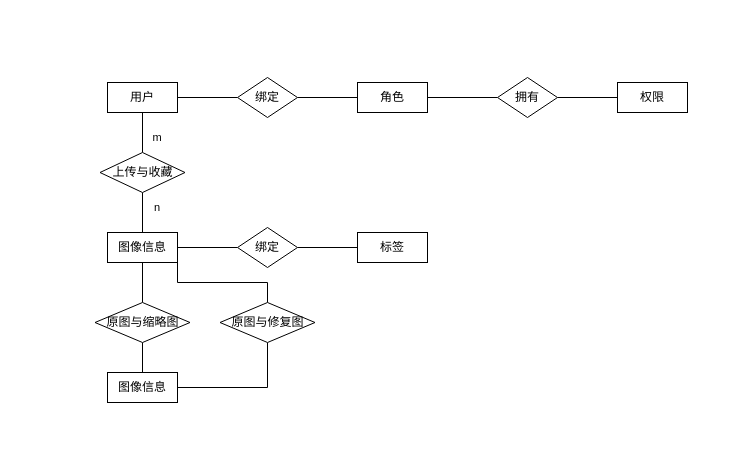
The draw.io diagram 数据表ER图.drawio in LiSoulSpace/GitBook, before the edit. Source tidied: cells renumbered, new cells numbered last; positions are measured from the earlier drawing's top-left corner, leaving out a move shared by most shapes. Both pictures are drawn from the tidied source at 100%, with x=0, y=0 at pixel (95, 77).
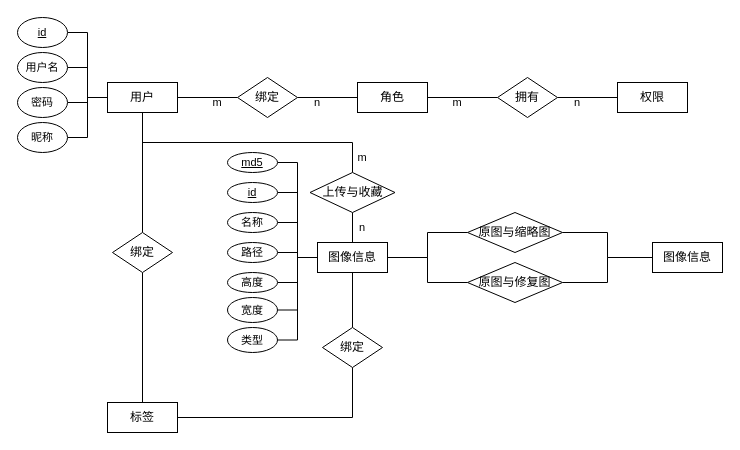
Above is the later version.

Commit message (it also covers changes not shown here):
更新数据表ER图.drawio

The change refers to these unchanged cells:
```xml
<mxCell id="5" value="用户" style="rounded=0;whiteSpace=wrap;html=1;" parent="1" vertex="1">
  <mxGeometry x="12" y="5" width="70" height="30" as="geometry" />
</mxCell>
```

The edit, as a diff of the source:
```diff
@@
-    <mxCell id="4" style="edgeStyle=orthogonalEdgeStyle;rounded=0;jettySize=auto;html=1;endArrow=none;endFill=0;" parent="1" edge="1" source="5" target="15">
+    <mxCell id="4" style="edgeStyle=orthogonalEdgeStyle;shape=connector;rounded=0;jettySize=auto;html=1;exitX=0.5;exitY=1;exitDx=0;exitDy=0;entryX=0.5;entryY=0;entryDx=0;entryDy=0;labelBackgroundColor=default;strokeColor=default;fontFamily=Helvetica;fontSize=11;fontColor=default;endArrow=none;endFill=0;" parent="1" edge="1" source="5" target="15">
       <mxGeometry relative="1" as="geometry" />
     </mxCell>
@@
+    <mxCell id="10" style="edgeStyle=orthogonalEdgeStyle;shape=connector;rounded=0;jettySize=auto;html=1;exitX=1;exitY=0.5;exitDx=0;exitDy=0;entryX=0;entryY=0.5;entryDx=0;entryDy=0;labelBackgroundColor=default;strokeColor=default;fontFamily=Helvetica;fontSize=11;fontColor=default;endArrow=none;endFill=0;" parent="1" edge="1" source="11" target="27">
+      <mxGeometry relative="1" as="geometry" />
+    </mxCell>
-    <mxCell id="8" style="edgeStyle=orthogonalEdgeStyle;shape=connector;rounded=0;jettySize=auto;html=1;entryX=0;entryY=0.5;entryDx=0;entryDy=0;labelBackgroundColor=default;strokeColor=default;fontFamily=Helvetica;fontSize=11;fontColor=default;endArrow=none;endFill=0;" parent="1" edge="1" source="11" target="22">
+    <mxCell id="8" style="edgeStyle=orthogonalEdgeStyle;shape=connector;rounded=0;jettySize=auto;html=1;exitX=0.5;exitY=1;exitDx=0;exitDy=0;entryX=0.5;entryY=0;entryDx=0;entryDy=0;labelBackgroundColor=default;strokeColor=default;fontFamily=Helvetica;fontSize=11;fontColor=default;endArrow=none;endFill=0;" parent="1" edge="1" source="11" target="22">
       <mxGeometry relative="1" as="geometry" />
     </mxCell>
-    <mxCell id="9" style="edgeStyle=orthogonalEdgeStyle;shape=connector;rounded=0;jettySize=auto;html=1;exitX=0.5;exitY=1;exitDx=0;exitDy=0;entryX=0.5;entryY=0;entryDx=0;entryDy=0;labelBackgroundColor=default;strokeColor=default;fontFamily=Helvetica;fontSize=11;fontColor=default;endArrow=none;endFill=0;" parent="1" edge="1" source="11" target="26">
-      <mxGeometry relative="1" as="geometry" />
-    </mxCell>
-    <mxCell id="10" style="edgeStyle=orthogonalEdgeStyle;shape=connector;rounded=0;jettySize=auto;html=1;exitX=1;exitY=1;exitDx=0;exitDy=0;entryX=0.5;entryY=0;entryDx=0;entryDy=0;labelBackgroundColor=default;strokeColor=default;fontFamily=Helvetica;fontSize=11;fontColor=default;endArrow=none;endFill=0;" parent="1" edge="1" source="11" target="27">
-      <mxGeometry relative="1" as="geometry" />
-    </mxCell>
     <mxCell id="11" value="图像信息" style="rounded=0;whiteSpace=wrap;html=1;" parent="1" vertex="1">
-      <mxGeometry x="12" y="155" width="70" height="30" as="geometry" />
+      <mxGeometry x="222" y="165" width="70" height="30" as="geometry" />
     </mxCell>
@@
     <mxCell id="15" value="上传与收藏" style="rhombus;whiteSpace=wrap;html=1;" parent="1" vertex="1">
-      <mxGeometry x="4.5" y="75" width="85" height="40" as="geometry" />
+      <mxGeometry x="214.5" y="95" width="85" height="40" as="geometry" />
     </mxCell>
@@
     <mxCell id="18" value="m" style="text;html=1;strokeColor=none;fillColor=none;align=center;verticalAlign=middle;whiteSpace=wrap;rounded=0;fontSize=11;fontFamily=Helvetica;fontColor=default;" parent="1" vertex="1">
-      <mxGeometry x="52" y="55" width="20" height="10" as="geometry" />
+      <mxGeometry x="257" y="75" width="20" height="10" as="geometry" />
     </mxCell>
     <mxCell id="19" value="n" style="text;html=1;strokeColor=none;fillColor=none;align=center;verticalAlign=middle;whiteSpace=wrap;rounded=0;fontSize=11;fontFamily=Helvetica;fontColor=default;" parent="1" vertex="1">
-      <mxGeometry x="52" y="125" width="20" height="10" as="geometry" />
+      <mxGeometry x="257" y="145" width="20" height="10" as="geometry" />
     </mxCell>
-    <mxCell id="20" style="edgeStyle=orthogonalEdgeStyle;shape=connector;rounded=0;jettySize=auto;html=1;exitX=0;exitY=0.5;exitDx=0;exitDy=0;entryX=1;entryY=0.5;entryDx=0;entryDy=0;labelBackgroundColor=default;strokeColor=default;fontFamily=Helvetica;fontSize=11;fontColor=default;endArrow=none;endFill=0;" parent="1" edge="1" source="21" target="22">
-      <mxGeometry relative="1" as="geometry" />
-    </mxCell>
+    <mxCell id="28" style="edgeStyle=orthogonalEdgeStyle;shape=connector;rounded=0;jettySize=auto;html=1;exitX=0.5;exitY=0;exitDx=0;exitDy=0;entryX=0.5;entryY=1;entryDx=0;entryDy=0;labelBackgroundColor=default;strokeColor=default;fontFamily=Helvetica;fontSize=11;fontColor=default;endArrow=none;endFill=0;" parent="1" edge="1" source="21" target="59">
+      <mxGeometry relative="1" as="geometry" />
+    </mxCell>
     <mxCell id="21" value="标签" style="rounded=0;whiteSpace=wrap;html=1;" parent="1" vertex="1">
-      <mxGeometry x="262" y="155" width="70" height="30" as="geometry" />
+      <mxGeometry x="12" y="325" width="70" height="30" as="geometry" />
     </mxCell>
+    <mxCell id="29" style="edgeStyle=orthogonalEdgeStyle;shape=connector;rounded=0;jettySize=auto;html=1;exitX=0.5;exitY=1;exitDx=0;exitDy=0;entryX=1;entryY=0.5;entryDx=0;entryDy=0;labelBackgroundColor=default;strokeColor=default;fontFamily=Helvetica;fontSize=11;fontColor=default;endArrow=none;endFill=0;" parent="1" edge="1" source="22" target="21">
+      <mxGeometry relative="1" as="geometry" />
+    </mxCell>
     <mxCell id="22" value="绑定" style="rhombus;whiteSpace=wrap;html=1;" parent="1" vertex="1">
-      <mxGeometry x="142" y="150" width="60" height="40" as="geometry" />
+      <mxGeometry x="227" y="250" width="60" height="40" as="geometry" />
     </mxCell>
-    <mxCell id="23" style="edgeStyle=orthogonalEdgeStyle;shape=connector;rounded=0;jettySize=auto;html=1;exitX=1;exitY=0.5;exitDx=0;exitDy=0;entryX=0.5;entryY=1;entryDx=0;entryDy=0;labelBackgroundColor=default;strokeColor=default;fontFamily=Helvetica;fontSize=11;fontColor=default;endArrow=none;endFill=0;" parent="1" edge="1" source="24" target="27">
-      <mxGeometry relative="1" as="geometry" />
-    </mxCell>
     <mxCell id="24" value="图像信息" style="rounded=0;whiteSpace=wrap;html=1;" parent="1" vertex="1">
-      <mxGeometry x="12" y="295" width="70" height="30" as="geometry" />
+      <mxGeometry x="557" y="165" width="70" height="30" as="geometry" />
     </mxCell>
+    <mxCell id="30" style="edgeStyle=orthogonalEdgeStyle;shape=connector;rounded=0;jettySize=auto;html=1;exitX=0;exitY=0.5;exitDx=0;exitDy=0;entryX=1;entryY=0.5;entryDx=0;entryDy=0;labelBackgroundColor=default;strokeColor=default;fontFamily=Helvetica;fontSize=11;fontColor=default;endArrow=none;endFill=0;" parent="1" edge="1" source="26" target="11">
+      <mxGeometry relative="1" as="geometry" />
+    </mxCell>
-    <mxCell id="25" style="edgeStyle=orthogonalEdgeStyle;shape=connector;rounded=0;jettySize=auto;html=1;exitX=0.5;exitY=1;exitDx=0;exitDy=0;entryX=0.5;entryY=0;entryDx=0;entryDy=0;labelBackgroundColor=default;strokeColor=default;fontFamily=Helvetica;fontSize=11;fontColor=default;endArrow=none;endFill=0;" parent="1" edge="1" source="26" target="24">
+    <mxCell id="25" style="edgeStyle=orthogonalEdgeStyle;shape=connector;rounded=0;jettySize=auto;html=1;exitX=1;exitY=0.5;exitDx=0;exitDy=0;entryX=0;entryY=0.5;entryDx=0;entryDy=0;labelBackgroundColor=default;strokeColor=default;fontFamily=Helvetica;fontSize=11;fontColor=default;endArrow=none;endFill=0;" parent="1" edge="1" source="26" target="24">
       <mxGeometry relative="1" as="geometry" />
     </mxCell>
     <mxCell id="26" value="原图与缩略图" style="rhombus;whiteSpace=wrap;html=1;" parent="1" vertex="1">
-      <mxGeometry x="-0.5" y="225" width="95" height="40" as="geometry" />
+      <mxGeometry x="372" y="135" width="95" height="40" as="geometry" />
     </mxCell>
+    <mxCell id="31" style="edgeStyle=orthogonalEdgeStyle;shape=connector;rounded=0;jettySize=auto;html=1;exitX=1;exitY=0.5;exitDx=0;exitDy=0;entryX=0;entryY=0.5;entryDx=0;entryDy=0;labelBackgroundColor=default;strokeColor=default;fontFamily=Helvetica;fontSize=11;fontColor=default;endArrow=none;endFill=0;" parent="1" edge="1" source="27" target="24">
+      <mxGeometry relative="1" as="geometry" />
+    </mxCell>
     <mxCell id="27" value="原图与修复图" style="rhombus;whiteSpace=wrap;html=1;" parent="1" vertex="1">
-      <mxGeometry x="124.5" y="225" width="95" height="40" as="geometry" />
+      <mxGeometry x="372" y="185" width="95" height="40" as="geometry" />
     </mxCell>
+    <mxCell id="32" style="edgeStyle=orthogonalEdgeStyle;shape=connector;rounded=0;jettySize=auto;html=1;exitX=1;exitY=0.5;exitDx=0;exitDy=0;entryX=0;entryY=0.5;entryDx=0;entryDy=0;labelBackgroundColor=default;strokeColor=default;fontFamily=Helvetica;fontSize=11;fontColor=default;endArrow=none;endFill=0;" parent="1" edge="1" source="33" target="5">
+      <mxGeometry relative="1" as="geometry" />
+    </mxCell>
+    <mxCell id="33" value="&lt;u&gt;id&lt;/u&gt;" style="ellipse;whiteSpace=wrap;html=1;fontFamily=Helvetica;fontSize=11;fontColor=default;" parent="1" vertex="1">
+      <mxGeometry x="-78" y="-60" width="50" height="30" as="geometry" />
+    </mxCell>
+    <mxCell id="34" style="edgeStyle=orthogonalEdgeStyle;shape=connector;rounded=0;jettySize=auto;html=1;exitX=1;exitY=0.5;exitDx=0;exitDy=0;entryX=0;entryY=0.5;entryDx=0;entryDy=0;labelBackgroundColor=default;strokeColor=default;fontFamily=Helvetica;fontSize=11;fontColor=default;endArrow=none;endFill=0;" parent="1" edge="1" source="35" target="5">
+      <mxGeometry relative="1" as="geometry" />
+    </mxCell>
+    <mxCell id="35" value="用户名" style="ellipse;whiteSpace=wrap;html=1;fontFamily=Helvetica;fontSize=11;fontColor=default;" parent="1" vertex="1">
+      <mxGeometry x="-78" y="-25" width="50" height="30" as="geometry" />
+    </mxCell>
+    <mxCell id="36" style="edgeStyle=orthogonalEdgeStyle;shape=connector;rounded=0;jettySize=auto;html=1;exitX=1;exitY=0.5;exitDx=0;exitDy=0;entryX=0;entryY=0.5;entryDx=0;entryDy=0;labelBackgroundColor=default;strokeColor=default;fontFamily=Helvetica;fontSize=11;fontColor=default;endArrow=none;endFill=0;" parent="1" edge="1" source="37" target="5">
+      <mxGeometry relative="1" as="geometry" />
+    </mxCell>
+    <mxCell id="37" value="密码" style="ellipse;whiteSpace=wrap;html=1;fontFamily=Helvetica;fontSize=11;fontColor=default;" parent="1" vertex="1">
+      <mxGeometry x="-78" y="10" width="50" height="30" as="geometry" />
+    </mxCell>
+    <mxCell id="38" style="edgeStyle=orthogonalEdgeStyle;shape=connector;rounded=0;jettySize=auto;html=1;exitX=1;exitY=0.5;exitDx=0;exitDy=0;entryX=0;entryY=0.5;entryDx=0;entryDy=0;labelBackgroundColor=default;strokeColor=default;fontFamily=Helvetica;fontSize=11;fontColor=default;endArrow=none;endFill=0;" parent="1" edge="1" source="39" target="5">
+      <mxGeometry relative="1" as="geometry" />
+    </mxCell>
+    <mxCell id="39" value="昵称" style="ellipse;whiteSpace=wrap;html=1;fontFamily=Helvetica;fontSize=11;fontColor=default;" parent="1" vertex="1">
+      <mxGeometry x="-78" y="45" width="50" height="30" as="geometry" />
+    </mxCell>
+    <mxCell id="40" value="m" style="text;html=1;strokeColor=none;fillColor=none;align=center;verticalAlign=middle;whiteSpace=wrap;rounded=0;fontSize=11;fontFamily=Helvetica;fontColor=default;" parent="1" vertex="1">
+      <mxGeometry x="112" y="20" width="20" height="10" as="geometry" />
+    </mxCell>
+    <mxCell id="41" value="n" style="text;html=1;strokeColor=none;fillColor=none;align=center;verticalAlign=middle;whiteSpace=wrap;rounded=0;fontSize=11;fontFamily=Helvetica;fontColor=default;" parent="1" vertex="1">
+      <mxGeometry x="212" y="20" width="20" height="10" as="geometry" />
+    </mxCell>
+    <mxCell id="42" value="m" style="text;html=1;strokeColor=none;fillColor=none;align=center;verticalAlign=middle;whiteSpace=wrap;rounded=0;fontSize=11;fontFamily=Helvetica;fontColor=default;" parent="1" vertex="1">
+      <mxGeometry x="352" y="20" width="20" height="10" as="geometry" />
+    </mxCell>
+    <mxCell id="43" value="n" style="text;html=1;strokeColor=none;fillColor=none;align=center;verticalAlign=middle;whiteSpace=wrap;rounded=0;fontSize=11;fontFamily=Helvetica;fontColor=default;" parent="1" vertex="1">
+      <mxGeometry x="472" y="20" width="20" height="10" as="geometry" />
+    </mxCell>
+    <mxCell id="44" style="edgeStyle=orthogonalEdgeStyle;shape=connector;rounded=0;jettySize=auto;html=1;exitX=1;exitY=0.5;exitDx=0;exitDy=0;entryX=0;entryY=0.5;entryDx=0;entryDy=0;labelBackgroundColor=default;strokeColor=default;fontFamily=Helvetica;fontSize=11;fontColor=default;endArrow=none;endFill=0;" parent="1" edge="1" source="45" target="11">
+      <mxGeometry relative="1" as="geometry" />
+    </mxCell>
+    <mxCell id="45" value="&lt;u&gt;id&lt;/u&gt;" style="ellipse;whiteSpace=wrap;html=1;fontFamily=Helvetica;fontSize=11;fontColor=default;" parent="1" vertex="1">
+      <mxGeometry x="132" y="105" width="50" height="20" as="geometry" />
+    </mxCell>
+    <mxCell id="46" style="edgeStyle=orthogonalEdgeStyle;shape=connector;rounded=0;jettySize=auto;html=1;exitX=1;exitY=0.5;exitDx=0;exitDy=0;entryX=0;entryY=0.5;entryDx=0;entryDy=0;labelBackgroundColor=default;strokeColor=default;fontFamily=Helvetica;fontSize=11;fontColor=default;endArrow=none;endFill=0;" parent="1" edge="1" source="47" target="11">
+      <mxGeometry relative="1" as="geometry" />
+    </mxCell>
+    <mxCell id="47" value="名称" style="ellipse;whiteSpace=wrap;html=1;fontFamily=Helvetica;fontSize=11;fontColor=default;" parent="1" vertex="1">
+      <mxGeometry x="132" y="135" width="50" height="20" as="geometry" />
+    </mxCell>
+    <mxCell id="48" style="edgeStyle=orthogonalEdgeStyle;shape=connector;rounded=0;jettySize=auto;html=1;exitX=1;exitY=0.5;exitDx=0;exitDy=0;entryX=0;entryY=0.5;entryDx=0;entryDy=0;labelBackgroundColor=default;strokeColor=default;fontFamily=Helvetica;fontSize=11;fontColor=default;endArrow=none;endFill=0;" parent="1" edge="1" source="49" target="11">
+      <mxGeometry relative="1" as="geometry" />
+    </mxCell>
+    <mxCell id="49" value="路径" style="ellipse;whiteSpace=wrap;html=1;fontFamily=Helvetica;fontSize=11;fontColor=default;" parent="1" vertex="1">
+      <mxGeometry x="132" y="165" width="50" height="20" as="geometry" />
+    </mxCell>
+    <mxCell id="50" style="edgeStyle=orthogonalEdgeStyle;shape=connector;rounded=0;jettySize=auto;html=1;exitX=1;exitY=0.5;exitDx=0;exitDy=0;entryX=0;entryY=0.5;entryDx=0;entryDy=0;labelBackgroundColor=default;strokeColor=default;fontFamily=Helvetica;fontSize=11;fontColor=default;endArrow=none;endFill=0;" parent="1" edge="1" source="51" target="11">
+      <mxGeometry relative="1" as="geometry" />
+    </mxCell>
+    <mxCell id="51" value="高度" style="ellipse;whiteSpace=wrap;html=1;fontFamily=Helvetica;fontSize=11;fontColor=default;" parent="1" vertex="1">
+      <mxGeometry x="132" y="195" width="50" height="20" as="geometry" />
+    </mxCell>
+    <mxCell id="52" style="edgeStyle=orthogonalEdgeStyle;shape=connector;rounded=0;jettySize=auto;html=1;exitX=1;exitY=0.5;exitDx=0;exitDy=0;entryX=0;entryY=0.5;entryDx=0;entryDy=0;labelBackgroundColor=default;strokeColor=default;fontFamily=Helvetica;fontSize=11;fontColor=default;endArrow=none;endFill=0;" parent="1" edge="1" source="53" target="11">
+      <mxGeometry relative="1" as="geometry" />
+    </mxCell>
+    <mxCell id="53" value="宽度" style="ellipse;whiteSpace=wrap;html=1;fontFamily=Helvetica;fontSize=11;fontColor=default;" parent="1" vertex="1">
+      <mxGeometry x="132" y="220" width="50" height="25" as="geometry" />
+    </mxCell>
+    <mxCell id="54" style="edgeStyle=orthogonalEdgeStyle;shape=connector;rounded=0;jettySize=auto;html=1;exitX=1;exitY=0.5;exitDx=0;exitDy=0;entryX=0;entryY=0.5;entryDx=0;entryDy=0;labelBackgroundColor=default;strokeColor=default;fontFamily=Helvetica;fontSize=11;fontColor=default;endArrow=none;endFill=0;" parent="1" edge="1" source="55" target="11">
+      <mxGeometry relative="1" as="geometry" />
+    </mxCell>
+    <mxCell id="55" value="类型" style="ellipse;whiteSpace=wrap;html=1;fontFamily=Helvetica;fontSize=11;fontColor=default;" parent="1" vertex="1">
+      <mxGeometry x="132" y="250" width="50" height="25" as="geometry" />
+    </mxCell>
+    <mxCell id="56" style="edgeStyle=orthogonalEdgeStyle;shape=connector;rounded=0;jettySize=auto;html=1;exitX=1;exitY=0.5;exitDx=0;exitDy=0;entryX=0;entryY=0.5;entryDx=0;entryDy=0;labelBackgroundColor=default;strokeColor=default;fontFamily=Helvetica;fontSize=11;fontColor=default;endArrow=none;endFill=0;" parent="1" edge="1" source="57" target="11">
+      <mxGeometry relative="1" as="geometry" />
+    </mxCell>
+    <mxCell id="57" value="&lt;u&gt;md5&lt;/u&gt;" style="ellipse;whiteSpace=wrap;html=1;fontFamily=Helvetica;fontSize=11;fontColor=default;" parent="1" vertex="1">
+      <mxGeometry x="132" y="75" width="50" height="20" as="geometry" />
+    </mxCell>
+    <mxCell id="58" style="edgeStyle=orthogonalEdgeStyle;shape=connector;rounded=0;jettySize=auto;html=1;exitX=0.5;exitY=0;exitDx=0;exitDy=0;entryX=0.5;entryY=1;entryDx=0;entryDy=0;labelBackgroundColor=default;strokeColor=default;fontFamily=Helvetica;fontSize=11;fontColor=default;endArrow=none;endFill=0;" parent="1" edge="1" source="59" target="5">
+      <mxGeometry relative="1" as="geometry" />
+    </mxCell>
+    <mxCell id="59" value="绑定" style="rhombus;whiteSpace=wrap;html=1;" parent="1" vertex="1">
+      <mxGeometry x="17" y="155" width="60" height="40" as="geometry" />
+    </mxCell>
```
